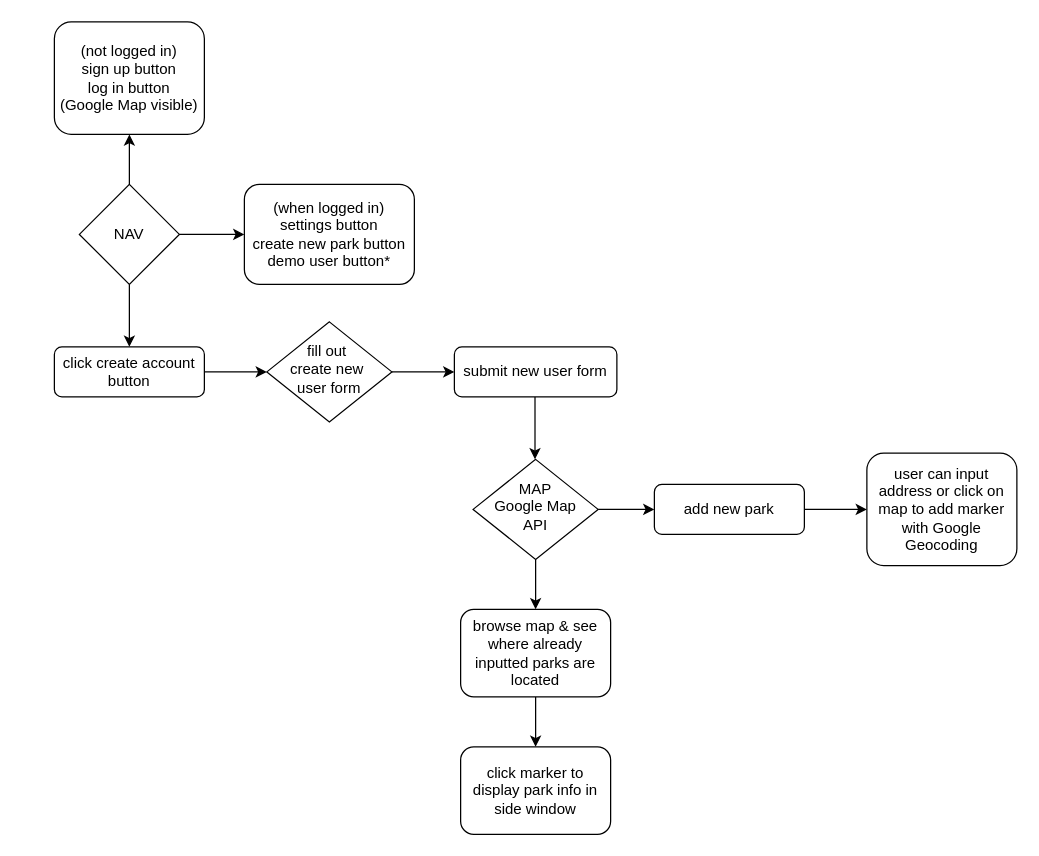
forrestmorrison/bmxparksorg keeps this draw.io diagram as bmxparksorg-flowchart.drawio. Above is the earlier version. Source tidied: cells renumbered, new cells numbered last; positions are measured from the earlier drawing's top-left corner, leaving out a move shared by most shapes. Both pictures are drawn from the tidied source at 125%, with x=0, y=0 at pixel (54, 21).
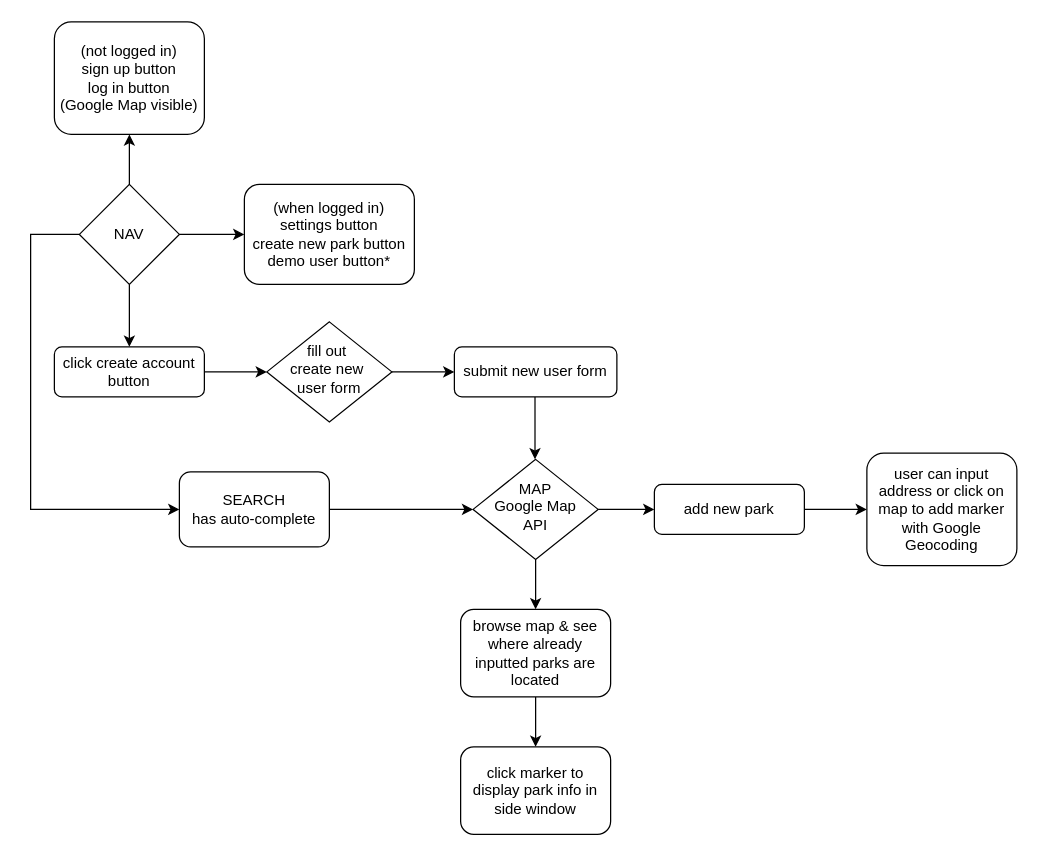
After the change.

Commit message:
updated flow chart

The change refers to these unchanged cells:
```xml
<mxCell id="5" value="MAP&lt;br&gt;Google Map&lt;br&gt;API" style="rhombus;whiteSpace=wrap;html=1;shadow=0;fontFamily=Helvetica;fontSize=12;align=center;strokeWidth=1;spacing=6;spacingTop=-4;" parent="1" vertex="1">
  <mxGeometry x="335" y="350" width="100" height="80" as="geometry" />
</mxCell>
<mxCell id="15" value="NAV" style="rhombus;whiteSpace=wrap;html=1;" parent="1" vertex="1">
  <mxGeometry x="20" y="130" width="80" height="80" as="geometry" />
</mxCell>
```

The edit, as a diff of the source:
```diff
@@
+    <mxCell id="23" style="edgeStyle=orthogonalEdgeStyle;rounded=0;jettySize=auto;html=1;exitX=0;exitY=0.5;exitDx=0;exitDy=0;" parent="1" edge="1" source="15" target="24">
+      <mxGeometry relative="1" as="geometry">
+        <Array as="points">
+          <mxPoint x="-19" y="170" />
+          <mxPoint x="-19" y="390" />
+        </Array>
+      </mxGeometry>
+    </mxCell>
@@
+    <mxCell id="24" value="SEARCH&lt;br&gt;has auto-complete" style="rounded=1;whiteSpace=wrap;html=1;" parent="1" vertex="1">
+      <mxGeometry x="100" y="360" width="120" height="60" as="geometry" />
+    </mxCell>
+    <mxCell id="25" style="endArrow=classic;html=1;rounded=0;entryX=0;entryY=0.5;entryDx=0;entryDy=0;exitX=1;exitY=0.5;exitDx=0;exitDy=0;" parent="1" edge="1" source="24" target="5">
+      <mxGeometry relative="1" as="geometry" />
+    </mxCell>
```
